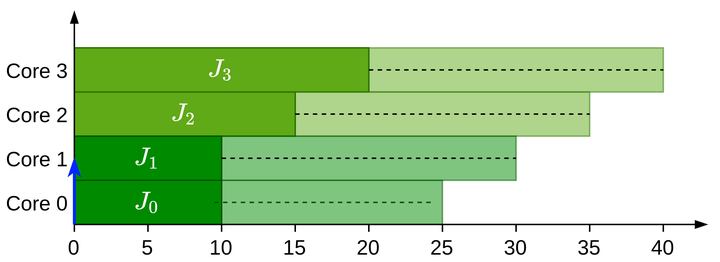
The draw.io diagram Notes/TFM/images/extra_03/precedence_solution_01_01.png in jmigual/APATeoria, before a commit. Source tidied: cells renumbered, new cells last; positions are measured from the earlier drawing's top-left corner, leaving out a move shared by most shapes.
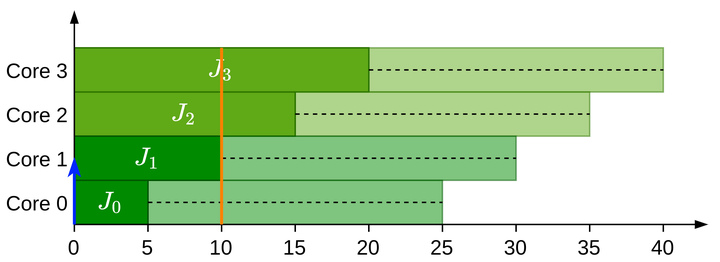
After the commit.

The edit, as a diff of the source:
```diff
@@ -2,148 +2,154 @@
   <root>
     <mxCell id="0" />
     <mxCell id="1" parent="0" />
-    <mxCell id="2" style="rounded=0;whiteSpace=wrap;html=1;align=center;fillColor=#60a917;strokeColor=#2D7600;fontColor=#ffffff;comic=0;fontSize=14;opacity=50;" parent="1" vertex="1">
-      <mxGeometry x="200" y="25" width="250" height="30" as="geometry" />
+    <mxCell id="2" value="10" style="text;html=1;strokeColor=none;fillColor=none;align=center;verticalAlign=middle;whiteSpace=wrap;rounded=0;fontSize=14;" parent="1" vertex="1">
+      <mxGeometry x="645" y="35" width="20" height="20" as="geometry" />
     </mxCell>
-    <mxCell id="3" value="$$J_{3}$$" style="rounded=0;whiteSpace=wrap;html=1;align=center;fillColor=#60a917;strokeColor=#2D7600;fontColor=#ffffff;comic=0;fontSize=14;" parent="1" vertex="1">
-      <mxGeometry x="50" y="25" width="200" height="30" as="geometry" />
+    <mxCell id="3" style="rounded=0;whiteSpace=wrap;html=1;align=center;fillColor=#60a917;strokeColor=#2D7600;fontColor=#ffffff;comic=0;fontSize=14;opacity=50;" parent="1" vertex="1">
+      <mxGeometry x="705" y="25" width="250" height="30" as="geometry" />
     </mxCell>
-    <mxCell id="4" style="rounded=0;whiteSpace=wrap;html=1;align=center;fillColor=#60a917;strokeColor=#2D7600;fontColor=#ffffff;comic=0;fontSize=14;opacity=50;" parent="1" vertex="1">
-      <mxGeometry x="150" y="55" width="250" height="30" as="geometry" />
+    <mxCell id="4" value="$$J_{3}$$" style="rounded=0;whiteSpace=wrap;html=1;align=center;fillColor=#60a917;strokeColor=#2D7600;fontColor=#ffffff;comic=0;fontSize=14;" parent="1" vertex="1">
+      <mxGeometry x="555" y="25" width="200" height="30" as="geometry" />
     </mxCell>
-    <mxCell id="5" value="$$J_{2}$$" style="rounded=0;whiteSpace=wrap;html=1;align=center;fillColor=#60a917;strokeColor=#2D7600;fontColor=#ffffff;comic=0;fontSize=14;" parent="1" vertex="1">
-      <mxGeometry x="50" y="55" width="150" height="30" as="geometry" />
+    <mxCell id="5" style="rounded=0;whiteSpace=wrap;html=1;align=center;fillColor=#60a917;strokeColor=#2D7600;fontColor=#ffffff;comic=0;fontSize=14;opacity=50;" parent="1" vertex="1">
+      <mxGeometry x="655" y="55" width="250" height="30" as="geometry" />
     </mxCell>
-    <mxCell id="6" style="rounded=0;whiteSpace=wrap;html=1;align=center;fillColor=#008a00;strokeColor=#005700;fontColor=#ffffff;comic=0;fontSize=14;opacity=50;" parent="1" vertex="1">
-      <mxGeometry x="150" y="85" width="200" height="30" as="geometry" />
+    <mxCell id="6" value="$$J_{2}$$" style="rounded=0;whiteSpace=wrap;html=1;align=center;fillColor=#60a917;strokeColor=#2D7600;fontColor=#ffffff;comic=0;fontSize=14;" parent="1" vertex="1">
+      <mxGeometry x="555" y="55" width="150" height="30" as="geometry" />
     </mxCell>
-    <mxCell id="7" style="rounded=0;whiteSpace=wrap;html=1;align=center;fillColor=#008a00;strokeColor=#005700;fontColor=#ffffff;comic=0;fontSize=14;gradientDirection=east;opacity=50;" parent="1" vertex="1">
-      <mxGeometry x="100" y="115" width="200" height="30" as="geometry" />
+    <mxCell id="7" style="rounded=0;whiteSpace=wrap;html=1;align=center;fillColor=#008a00;strokeColor=#005700;fontColor=#ffffff;comic=0;fontSize=14;opacity=50;" parent="1" vertex="1">
+      <mxGeometry x="655" y="85" width="200" height="30" as="geometry" />
     </mxCell>
-    <mxCell id="8" value="$$J_{1}$$" style="rounded=0;whiteSpace=wrap;html=1;align=center;fillColor=#008a00;strokeColor=#005700;fontColor=#ffffff;comic=0;fontSize=14;" parent="1" vertex="1">
-      <mxGeometry x="50" y="85" width="100" height="30" as="geometry" />
+    <mxCell id="8" style="rounded=0;whiteSpace=wrap;html=1;align=center;fillColor=#008a00;strokeColor=#005700;fontColor=#ffffff;comic=0;fontSize=14;gradientDirection=east;opacity=50;" parent="1" vertex="1">
+      <mxGeometry x="605" y="115" width="200" height="30" as="geometry" />
     </mxCell>
-    <mxCell id="9" value="$$J_{0}$$" style="rounded=0;whiteSpace=wrap;html=1;align=center;fillColor=#008a00;strokeColor=#005700;fontColor=#ffffff;comic=0;fontSize=14;" parent="1" vertex="1">
-      <mxGeometry x="50" y="115" width="100" height="30" as="geometry" />
+    <mxCell id="9" value="$$J_{1}$$" style="rounded=0;whiteSpace=wrap;html=1;align=center;fillColor=#008a00;strokeColor=#005700;fontColor=#ffffff;comic=0;fontSize=14;" parent="1" vertex="1">
+      <mxGeometry x="555" y="85" width="100" height="30" as="geometry" />
     </mxCell>
-    <mxCell id="10" style="endArrow=blockThin;html=1;strokeColor=#000000;endFill=1;exitX=0.5;exitY=0;exitDx=0;exitDy=0;" parent="1" edge="1">
-      <mxGeometry relative="1" as="geometry">
-        <mxPoint x="50" y="150" as="sourcePoint" />
-        <mxPoint x="50" as="targetPoint" />
-      </mxGeometry>
+    <mxCell id="10" value="$$J_{0}$$" style="rounded=0;whiteSpace=wrap;html=1;align=center;fillColor=#008a00;strokeColor=#005700;fontColor=#ffffff;comic=0;fontSize=14;" parent="1" vertex="1">
+      <mxGeometry x="555" y="115" width="50" height="30" as="geometry" />
     </mxCell>
-    <mxCell id="11" value="&lt;div style=&quot;font-size: 14px;&quot;&gt;0&lt;/div&gt;" style="text;html=1;strokeColor=none;fillColor=none;align=center;verticalAlign=middle;whiteSpace=wrap;rounded=0;fontSize=14;" parent="1" vertex="1">
-      <mxGeometry x="40" y="150" width="20" height="20" as="geometry" />
+    <mxCell id="11" style="endArrow=blockThin;html=1;strokeColor=#000000;endFill=1;exitX=0.5;exitY=0;exitDx=0;exitDy=0;" parent="1" edge="1">
+      <mxGeometry relative="1" as="geometry">
+        <mxPoint x="555" y="150" as="sourcePoint" />
+        <mxPoint x="555" as="targetPoint" />
+      </mxGeometry>
     </mxCell>
-    <mxCell id="12" value="5" style="text;html=1;strokeColor=none;fillColor=none;align=center;verticalAlign=middle;whiteSpace=wrap;rounded=0;fontSize=14;" parent="1" vertex="1">
-      <mxGeometry x="90" y="150" width="20" height="20" as="geometry" />
+    <mxCell id="12" value="&lt;div style=&quot;font-size: 14px;&quot;&gt;0&lt;/div&gt;" style="text;html=1;strokeColor=none;fillColor=none;align=center;verticalAlign=middle;whiteSpace=wrap;rounded=0;fontSize=14;" parent="1" vertex="1">
+      <mxGeometry x="545" y="150" width="20" height="20" as="geometry" />
     </mxCell>
-    <mxCell id="13" value="10" style="text;html=1;strokeColor=none;fillColor=none;align=center;verticalAlign=middle;whiteSpace=wrap;rounded=0;fontSize=14;" parent="1" vertex="1">
-      <mxGeometry x="140" y="150" width="20" height="20" as="geometry" />
+    <mxCell id="13" value="5" style="text;html=1;strokeColor=none;fillColor=none;align=center;verticalAlign=middle;whiteSpace=wrap;rounded=0;fontSize=14;" parent="1" vertex="1">
+      <mxGeometry x="595" y="150" width="20" height="20" as="geometry" />
     </mxCell>
-    <mxCell id="14" value="15" style="text;html=1;strokeColor=none;fillColor=none;align=center;verticalAlign=middle;whiteSpace=wrap;rounded=0;fontSize=14;" parent="1" vertex="1">
-      <mxGeometry x="190" y="150" width="20" height="20" as="geometry" />
+    <mxCell id="14" value="10" style="text;html=1;strokeColor=none;fillColor=none;align=center;verticalAlign=middle;whiteSpace=wrap;rounded=0;fontSize=14;" parent="1" vertex="1">
+      <mxGeometry x="645" y="150" width="20" height="20" as="geometry" />
     </mxCell>
-    <mxCell id="15" value="20" style="text;html=1;strokeColor=none;fillColor=none;align=center;verticalAlign=middle;whiteSpace=wrap;rounded=0;fontSize=14;" parent="1" vertex="1">
-      <mxGeometry x="240" y="150" width="20" height="20" as="geometry" />
+    <mxCell id="15" value="15" style="text;html=1;strokeColor=none;fillColor=none;align=center;verticalAlign=middle;whiteSpace=wrap;rounded=0;fontSize=14;" parent="1" vertex="1">
+      <mxGeometry x="695" y="150" width="20" height="20" as="geometry" />
     </mxCell>
-    <mxCell id="16" value="Core 0" style="text;html=1;strokeColor=none;fillColor=none;align=center;verticalAlign=middle;whiteSpace=wrap;rounded=0;fontSize=14;fontColor=#000000;" parent="1" vertex="1">
-      <mxGeometry y="120" width="50" height="20" as="geometry" />
+    <mxCell id="16" value="20" style="text;html=1;strokeColor=none;fillColor=none;align=center;verticalAlign=middle;whiteSpace=wrap;rounded=0;fontSize=14;" parent="1" vertex="1">
+      <mxGeometry x="745" y="150" width="20" height="20" as="geometry" />
     </mxCell>
-    <mxCell id="17" value="Core 1" style="text;html=1;strokeColor=none;fillColor=none;align=center;verticalAlign=middle;whiteSpace=wrap;rounded=0;fontSize=14;fontColor=#000000;" parent="1" vertex="1">
-      <mxGeometry y="90" width="50" height="20" as="geometry" />
+    <mxCell id="17" value="Core 0" style="text;html=1;strokeColor=none;fillColor=none;align=center;verticalAlign=middle;whiteSpace=wrap;rounded=0;fontSize=14;fontColor=#000000;" parent="1" vertex="1">
+      <mxGeometry x="505" y="120" width="50" height="20" as="geometry" />
     </mxCell>
-    <mxCell id="18" style="endArrow=none;html=1;" parent="1" edge="1" source="19">
-      <mxGeometry relative="1" as="geometry">
-        <mxPoint x="300" y="145" as="targetPoint" />
-      </mxGeometry>
+    <mxCell id="18" value="Core 1" style="text;html=1;strokeColor=none;fillColor=none;align=center;verticalAlign=middle;whiteSpace=wrap;rounded=0;fontSize=14;fontColor=#000000;" parent="1" vertex="1">
+      <mxGeometry x="505" y="90" width="50" height="20" as="geometry" />
     </mxCell>
-    <mxCell id="19" value="25" style="text;html=1;strokeColor=none;fillColor=none;align=center;verticalAlign=middle;whiteSpace=wrap;rounded=0;fontSize=14;" parent="1" vertex="1">
-      <mxGeometry x="290" y="150" width="20" height="20" as="geometry" />
+    <mxCell id="19" style="endArrow=none;html=1;" parent="1" edge="1" source="20">
+      <mxGeometry relative="1" as="geometry">
+        <mxPoint x="805" y="145" as="targetPoint" />
+      </mxGeometry>
     </mxCell>
-    <mxCell id="20" style="endArrow=none;html=1;exitX=0.5;exitY=0;exitDx=0;exitDy=0;" parent="1" edge="1" source="19">
-      <mxGeometry relative="1" as="geometry">
-        <mxPoint x="300" y="145" as="targetPoint" />
-      </mxGeometry>
+    <mxCell id="20" value="25" style="text;html=1;strokeColor=none;fillColor=none;align=center;verticalAlign=middle;whiteSpace=wrap;rounded=0;fontSize=14;" parent="1" vertex="1">
+      <mxGeometry x="795" y="150" width="20" height="20" as="geometry" />
     </mxCell>
-    <mxCell id="21" style="endArrow=none;html=1;exitX=0.5;exitY=0;exitDx=0;exitDy=0;" parent="1" edge="1" source="15">
+    <mxCell id="21" style="endArrow=none;html=1;exitX=0.5;exitY=0;exitDx=0;exitDy=0;" parent="1" edge="1" source="20">
       <mxGeometry relative="1" as="geometry">
-        <mxPoint x="250" y="145" as="targetPoint" />
+        <mxPoint x="805" y="145" as="targetPoint" />
       </mxGeometry>
     </mxCell>
-    <mxCell id="22" style="endArrow=none;html=1;exitX=0.5;exitY=0;exitDx=0;exitDy=0;" parent="1" edge="1" source="14">
+    <mxCell id="22" style="endArrow=none;html=1;exitX=0.5;exitY=0;exitDx=0;exitDy=0;" parent="1" edge="1" source="16">
       <mxGeometry relative="1" as="geometry">
-        <mxPoint x="200" y="145" as="targetPoint" />
+        <mxPoint x="755" y="145" as="targetPoint" />
       </mxGeometry>
     </mxCell>
-    <mxCell id="23" style="endArrow=none;html=1;exitX=0.5;exitY=0;exitDx=0;exitDy=0;" parent="1" edge="1" source="13">
+    <mxCell id="23" style="endArrow=none;html=1;exitX=0.5;exitY=0;exitDx=0;exitDy=0;" parent="1" edge="1" source="15">
       <mxGeometry relative="1" as="geometry">
-        <mxPoint x="150" y="145" as="targetPoint" />
+        <mxPoint x="705" y="145" as="targetPoint" />
       </mxGeometry>
     </mxCell>
-    <mxCell id="24" style="endArrow=none;html=1;exitX=0.5;exitY=0;exitDx=0;exitDy=0;" parent="1" edge="1" source="12">
+    <mxCell id="24" style="endArrow=none;html=1;exitX=0.5;exitY=0;exitDx=0;exitDy=0;" parent="1" edge="1" source="14">
       <mxGeometry relative="1" as="geometry">
-        <mxPoint x="100" y="145" as="targetPoint" />
+        <mxPoint x="655" y="145" as="targetPoint" />
       </mxGeometry>
     </mxCell>
-    <mxCell id="25" style="endArrow=none;html=1;" parent="1" edge="1" source="26">
+    <mxCell id="25" style="endArrow=none;html=1;exitX=0.5;exitY=0;exitDx=0;exitDy=0;" parent="1" edge="1" source="13">
       <mxGeometry relative="1" as="geometry">
-        <mxPoint x="350" y="145" as="targetPoint" />
+        <mxPoint x="605" y="145" as="targetPoint" />
       </mxGeometry>
     </mxCell>
-    <mxCell id="26" value="30" style="text;html=1;strokeColor=none;fillColor=none;align=center;verticalAlign=middle;whiteSpace=wrap;rounded=0;fontSize=14;" parent="1" vertex="1">
-      <mxGeometry x="340" y="150" width="20" height="20" as="geometry" />
+    <mxCell id="26" style="endArrow=none;html=1;" parent="1" edge="1" source="27">
+      <mxGeometry relative="1" as="geometry">
+        <mxPoint x="855" y="145" as="targetPoint" />
+      </mxGeometry>
     </mxCell>
-    <mxCell id="27" value="Core 2" style="text;html=1;strokeColor=none;fillColor=none;align=center;verticalAlign=middle;whiteSpace=wrap;rounded=0;fontSize=14;fontColor=#000000;" parent="1" vertex="1">
-      <mxGeometry y="60" width="50" height="20" as="geometry" />
+    <mxCell id="27" value="30" style="text;html=1;strokeColor=none;fillColor=none;align=center;verticalAlign=middle;whiteSpace=wrap;rounded=0;fontSize=14;" parent="1" vertex="1">
+      <mxGeometry x="845" y="150" width="20" height="20" as="geometry" />
     </mxCell>
-    <mxCell id="28" style="endArrow=blockThin;html=1;endFill=1;" parent="1" edge="1">
-      <mxGeometry relative="1" as="geometry">
-        <mxPoint x="50" y="145" as="sourcePoint" />
-        <mxPoint x="480" y="145" as="targetPoint" />
-      </mxGeometry>
+    <mxCell id="28" value="Core 2" style="text;html=1;strokeColor=none;fillColor=none;align=center;verticalAlign=middle;whiteSpace=wrap;rounded=0;fontSize=14;fontColor=#000000;" parent="1" vertex="1">
+      <mxGeometry x="505" y="60" width="50" height="20" as="geometry" />
     </mxCell>
-    <mxCell id="29" style="endArrow=classicThin;html=1;strokeColor=#0027FF;fillColor=#0050ef;endFill=1;strokeWidth=2;" parent="1" edge="1">
+    <mxCell id="29" style="endArrow=blockThin;html=1;endFill=1;" parent="1" edge="1">
       <mxGeometry relative="1" as="geometry">
-        <mxPoint x="50" y="145" as="sourcePoint" />
-        <mxPoint x="50" y="100" as="targetPoint" />
+        <mxPoint x="555" y="145" as="sourcePoint" />
+        <mxPoint x="985" y="145" as="targetPoint" />
       </mxGeometry>
     </mxCell>
-    <mxCell id="30" value="Core 3" style="text;html=1;strokeColor=none;fillColor=none;align=center;verticalAlign=middle;whiteSpace=wrap;rounded=0;fontSize=14;fontColor=#000000;" parent="1" vertex="1">
-      <mxGeometry y="30" width="50" height="20" as="geometry" />
+    <mxCell id="30" style="endArrow=classicThin;html=1;strokeColor=#0027FF;fillColor=#0050ef;endFill=1;strokeWidth=2;" parent="1" edge="1">
+      <mxGeometry relative="1" as="geometry">
+        <mxPoint x="555" y="145" as="sourcePoint" />
+        <mxPoint x="555" y="100" as="targetPoint" />
+      </mxGeometry>
     </mxCell>
-    <mxCell id="31" style="endArrow=none;dashed=1;html=1;exitX=1;exitY=0.5;exitDx=0;exitDy=0;entryX=1;entryY=0.5;entryDx=0;entryDy=0;fillColor=#008a00;strokeColor=#005700;" parent="1" edge="1">
-      <mxGeometry relative="1" as="geometry">
-        <mxPoint x="145" y="130" as="sourcePoint" />
-        <mxPoint x="295" y="130" as="targetPoint" />
-      </mxGeometry>
+    <mxCell id="31" value="Core 3" style="text;html=1;strokeColor=none;fillColor=none;align=center;verticalAlign=middle;whiteSpace=wrap;rounded=0;fontSize=14;fontColor=#000000;" parent="1" vertex="1">
+      <mxGeometry x="505" y="30" width="50" height="20" as="geometry" />
     </mxCell>
-    <mxCell id="32" style="endArrow=none;dashed=1;html=1;exitX=1;exitY=0.5;exitDx=0;exitDy=0;entryX=1;entryY=0.5;entryDx=0;entryDy=0;" parent="1" edge="1" source="8" target="6">
+    <mxCell id="32" style="endArrow=none;dashed=1;html=1;exitX=1;exitY=0.5;exitDx=0;exitDy=0;entryX=1;entryY=0.5;entryDx=0;entryDy=0;" parent="1" edge="1" source="10" target="8">
       <mxGeometry relative="1" as="geometry" />
     </mxCell>
-    <mxCell id="33" style="endArrow=none;dashed=1;html=1;exitX=1;exitY=0.5;exitDx=0;exitDy=0;entryX=1;entryY=0.5;entryDx=0;entryDy=0;" parent="1" edge="1" source="5" target="4">
+    <mxCell id="33" style="endArrow=none;dashed=1;html=1;exitX=1;exitY=0.5;exitDx=0;exitDy=0;entryX=1;entryY=0.5;entryDx=0;entryDy=0;" parent="1" edge="1" source="9" target="7">
       <mxGeometry relative="1" as="geometry" />
     </mxCell>
-    <mxCell id="34" style="endArrow=none;html=1;" parent="1" edge="1" source="35">
-      <mxGeometry relative="1" as="geometry">
-        <mxPoint x="400" y="145" as="targetPoint" />
-      </mxGeometry>
+    <mxCell id="34" style="endArrow=none;dashed=1;html=1;exitX=1;exitY=0.5;exitDx=0;exitDy=0;entryX=1;entryY=0.5;entryDx=0;entryDy=0;" parent="1" edge="1" source="6" target="5">
+      <mxGeometry relative="1" as="geometry" />
     </mxCell>
-    <mxCell id="35" value="35" style="text;html=1;strokeColor=none;fillColor=none;align=center;verticalAlign=middle;whiteSpace=wrap;rounded=0;fontSize=14;" parent="1" vertex="1">
-      <mxGeometry x="390" y="150" width="20" height="20" as="geometry" />
+    <mxCell id="35" style="endArrow=none;html=1;" parent="1" edge="1" source="36">
+      <mxGeometry relative="1" as="geometry">
+        <mxPoint x="905" y="145" as="targetPoint" />
+      </mxGeometry>
     </mxCell>
-    <mxCell id="36" style="endArrow=none;html=1;" parent="1" edge="1" source="37">
-      <mxGeometry relative="1" as="geometry">
-        <mxPoint x="450" y="145" as="targetPoint" />
-      </mxGeometry>
+    <mxCell id="36" value="35" style="text;html=1;strokeColor=none;fillColor=none;align=center;verticalAlign=middle;whiteSpace=wrap;rounded=0;fontSize=14;" parent="1" vertex="1">
+      <mxGeometry x="895" y="150" width="20" height="20" as="geometry" />
     </mxCell>
-    <mxCell id="37" value="40" style="text;html=1;strokeColor=none;fillColor=none;align=center;verticalAlign=middle;whiteSpace=wrap;rounded=0;fontSize=14;" parent="1" vertex="1">
-      <mxGeometry x="440" y="150" width="20" height="20" as="geometry" />
+    <mxCell id="37" style="endArrow=none;html=1;" parent="1" edge="1" source="38">
+      <mxGeometry relative="1" as="geometry">
+        <mxPoint x="955" y="145" as="targetPoint" />
+      </mxGeometry>
     </mxCell>
-    <mxCell id="38" style="endArrow=none;dashed=1;html=1;exitX=1;exitY=0.5;exitDx=0;exitDy=0;entryX=1;entryY=0.5;entryDx=0;entryDy=0;" parent="1" edge="1" target="2">
-      <mxGeometry relative="1" as="geometry">
-        <mxPoint x="250" y="40" as="sourcePoint" />
-      </mxGeometry>
+    <mxCell id="38" value="40" style="text;html=1;strokeColor=none;fillColor=none;align=center;verticalAlign=middle;whiteSpace=wrap;rounded=0;fontSize=14;" parent="1" vertex="1">
+      <mxGeometry x="945" y="150" width="20" height="20" as="geometry" />
     </mxCell>
+    <mxCell id="39" style="endArrow=none;dashed=1;html=1;exitX=1;exitY=0.5;exitDx=0;exitDy=0;entryX=1;entryY=0.5;entryDx=0;entryDy=0;" parent="1" edge="1" target="3">
+      <mxGeometry relative="1" as="geometry">
+        <mxPoint x="755" y="40" as="sourcePoint" />
+      </mxGeometry>
+    </mxCell>
+    <mxCell id="40" style="endArrow=none;html=1;fillColor=#f0a30a;strokeColor=#FF8000;strokeWidth=2;" parent="1" edge="1">
+      <mxGeometry relative="1" as="geometry">
+        <mxPoint x="655" y="145" as="sourcePoint" />
+        <mxPoint x="655" y="25" as="targetPoint" />
+      </mxGeometry>
+    </mxCell>
   </root>
 </mxGraphModel>
```
